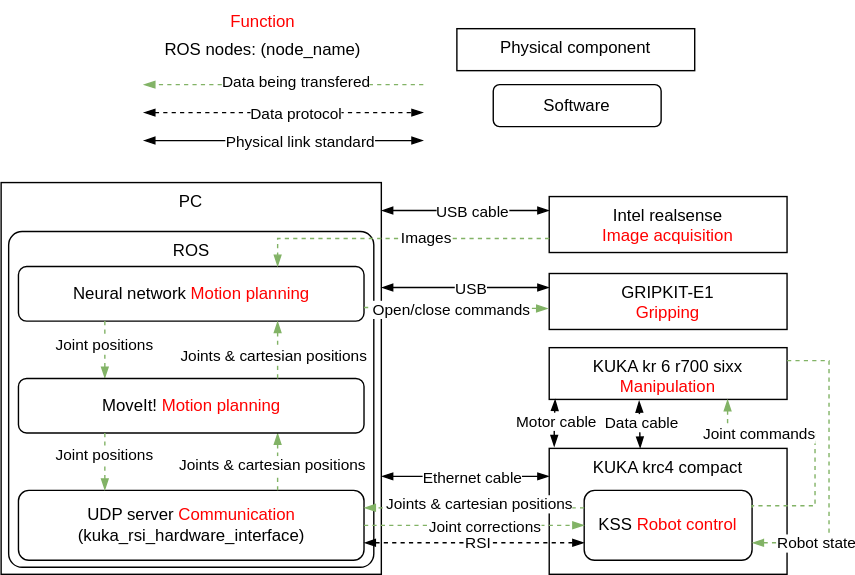
Before: system_architecture.drawio.svg, a diagram exported from draw.io (kasperfg16/p8_sewbot). Source tidied: cells renumbered, new cells last; positions are measured from the earlier drawing's top-left corner, leaving out a move shared by most shapes.
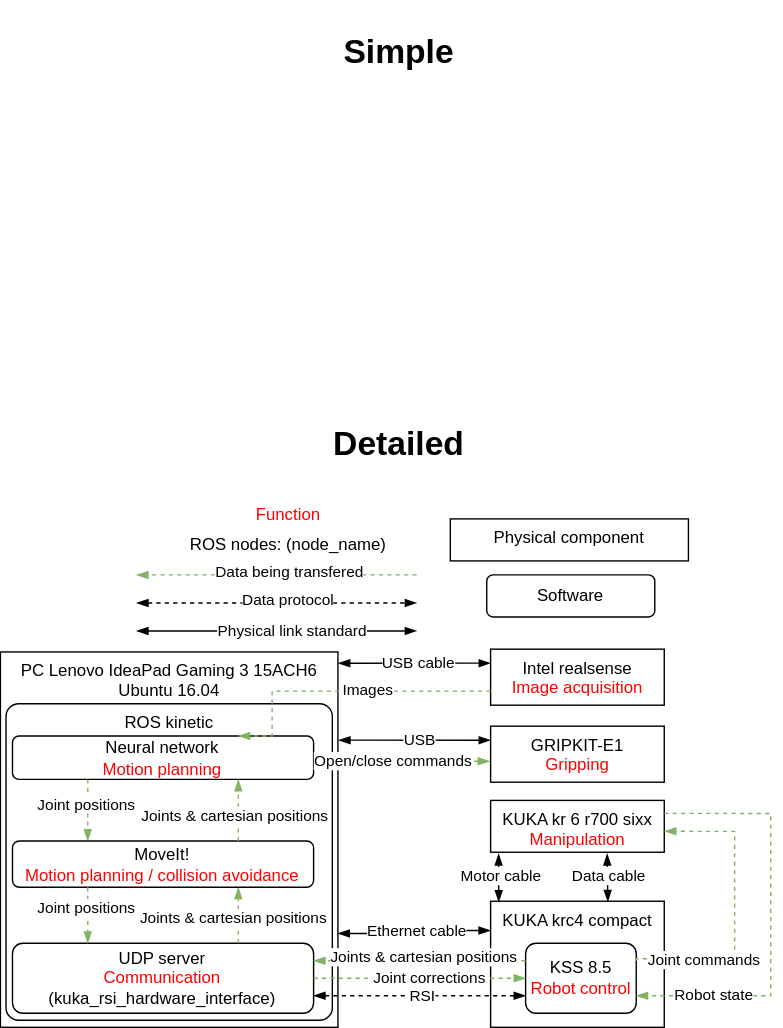
The same diagram one commit later.

The edit, as a diff of the source:
```diff
@@ -3,22 +3,22 @@
     <mxCell id="0" />
     <mxCell id="1" parent="0" />
     <mxCell id="2" value="KUKA kr 6 r700 sixx&lt;br&gt;&lt;font color=&quot;#ff0000&quot;&gt;Manipulation&lt;/font&gt;" style="rounded=0;whiteSpace=wrap;html=1;verticalAlign=top;" parent="1" vertex="1">
-      <mxGeometry x="392" y="248" width="170" height="37" as="geometry" />
+      <mxGeometry x="352.8" y="424" width="124" height="37" as="geometry" />
     </mxCell>
     <mxCell id="3" style="group;" parent="1" vertex="1">
-      <mxGeometry x="52" y="130" width="220" height="280" as="geometry" />
+      <mxGeometry x="50.8" y="306" width="220" height="280" as="geometry" />
     </mxCell>
-    <mxCell id="4" value="PC" style="rounded=0;whiteSpace=wrap;html=1;verticalAlign=top;" parent="3" vertex="1">
-      <mxGeometry x="-51.8" width="271.8" height="280" as="geometry" />
+    <mxCell id="4" value="PC&amp;nbsp;Lenovo IdeaPad Gaming 3 15ACH6 Ubuntu 16.04" style="rounded=0;whiteSpace=wrap;html=1;verticalAlign=top;" parent="3" vertex="1">
+      <mxGeometry x="-48" y="12" width="241" height="268" as="geometry" />
     </mxCell>
-    <mxCell id="5" value="ROS" style="rounded=1;whiteSpace=wrap;html=1;verticalAlign=top;arcSize=4;" parent="3" vertex="1">
-      <mxGeometry x="-46.4" y="35" width="261" height="240" as="geometry" />
+    <mxCell id="5" value="ROS kinetic" style="rounded=1;whiteSpace=wrap;html=1;verticalAlign=top;arcSize=4;" parent="3" vertex="1">
+      <mxGeometry x="-44" y="49" width="233" height="226" as="geometry" />
     </mxCell>
-    <mxCell id="6" value="Neural network&amp;nbsp;&lt;font color=&quot;#ff0000&quot;&gt;Motion planning&lt;/font&gt;" style="rounded=1;whiteSpace=wrap;html=1;" parent="3" vertex="1">
-      <mxGeometry x="-39.4" y="60" width="247" height="39" as="geometry" />
+    <mxCell id="6" value="Neural network&lt;br&gt;&lt;font color=&quot;#ff0000&quot;&gt;Motion planning&lt;/font&gt;" style="rounded=1;whiteSpace=wrap;html=1;" parent="3" vertex="1">
+      <mxGeometry x="-39.4" y="72" width="215" height="31" as="geometry" />
     </mxCell>
-    <mxCell id="7" value="UDP server &lt;font color=&quot;#ff0000&quot;&gt;Communication&lt;/font&gt;&lt;br&gt;(kuka_rsi_hardware_interface)" style="rounded=1;whiteSpace=wrap;html=1;" parent="3" vertex="1">
-      <mxGeometry x="-39.4" y="220" width="247" height="50" as="geometry" />
+    <mxCell id="7" value="UDP server&lt;br&gt;&lt;font color=&quot;#ff0000&quot;&gt;Communication&lt;/font&gt;&lt;br&gt;(kuka_rsi_hardware_interface)" style="rounded=1;whiteSpace=wrap;html=1;" parent="3" vertex="1">
+      <mxGeometry x="-39.4" y="220" width="215" height="50" as="geometry" />
     </mxCell>
     <mxCell id="8" style="edgeStyle=orthogonalEdgeStyle;rounded=0;jettySize=auto;html=1;exitX=0.25;exitY=1;exitDx=0;exitDy=0;dashed=1;endArrow=blockThin;endFill=1;startArrow=none;startFill=0;fillColor=#d5e8d4;strokeColor=#82b366;entryX=0.25;entryY=0;entryDx=0;entryDy=0;" parent="3" edge="1" source="6" target="12">
       <mxGeometry relative="1" as="geometry" />
@@ -36,8 +36,8 @@
         <mxPoint x="-3" y="4" as="offset" />
       </mxGeometry>
     </mxCell>
-    <mxCell id="12" value="MoveIt! &lt;font color=&quot;#ff0000&quot;&gt;Motion planning&lt;/font&gt;" style="rounded=1;whiteSpace=wrap;html=1;" parent="3" vertex="1">
-      <mxGeometry x="-39.4" y="140" width="247" height="39" as="geometry" />
+    <mxCell id="12" value="MoveIt!&lt;br&gt;&lt;font color=&quot;#ff0000&quot;&gt;Motion planning / collision avoidance&lt;/font&gt;" style="rounded=1;whiteSpace=wrap;html=1;" parent="3" vertex="1">
+      <mxGeometry x="-39.4" y="147" width="215" height="33" as="geometry" />
     </mxCell>
     <mxCell id="13" style="edgeStyle=orthogonalEdgeStyle;rounded=0;jettySize=auto;html=1;exitX=0.75;exitY=0;exitDx=0;exitDy=0;dashed=1;endArrow=blockThin;endFill=1;startArrow=none;startFill=0;fillColor=#d5e8d4;strokeColor=#82b366;entryX=0.75;entryY=1;entryDx=0;entryDy=0;" parent="3" edge="1" source="12" target="6">
       <mxGeometry relative="1" as="geometry" />
@@ -56,37 +56,22 @@
       </mxGeometry>
     </mxCell>
     <mxCell id="17" style="group;" parent="1" vertex="1">
-      <mxGeometry x="392" y="290" width="170" height="120" as="geometry" />
+      <mxGeometry x="352.8" y="466" width="170" height="120" as="geometry" />
     </mxCell>
     <mxCell id="18" value="KUKA krc4 compact" style="rounded=0;whiteSpace=wrap;html=1;verticalAlign=top;" parent="17" vertex="1">
-      <mxGeometry y="30" width="170" height="90" as="geometry" />
+      <mxGeometry y="30" width="124" height="90" as="geometry" />
     </mxCell>
-    <mxCell id="19" value="KSS &lt;font color=&quot;#ff0000&quot;&gt;Robot control&lt;/font&gt;" style="rounded=1;whiteSpace=wrap;html=1;" parent="17" vertex="1">
-      <mxGeometry x="25" y="60" width="120" height="50" as="geometry" />
+    <mxCell id="19" value="KSS 8.5&lt;br&gt;&lt;font color=&quot;#ff0000&quot;&gt;Robot control&lt;/font&gt;" style="rounded=1;whiteSpace=wrap;html=1;" parent="17" vertex="1">
+      <mxGeometry x="25" y="60" width="79" height="50" as="geometry" />
     </mxCell>
-    <mxCell id="20" style="edgeStyle=orthogonalEdgeStyle;rounded=0;jettySize=auto;html=1;exitX=1;exitY=0.75;exitDx=0;exitDy=0;endArrow=blockThin;endFill=1;startArrow=blockThin;startFill=1;" parent="1" edge="1" source="4">
-      <mxGeometry relative="1" as="geometry">
-        <mxPoint x="392" y="340" as="targetPoint" />
-      </mxGeometry>
+    <mxCell id="20" style="edgeStyle=orthogonalEdgeStyle;rounded=0;jettySize=auto;html=1;exitX=1;exitY=0.75;exitDx=0;exitDy=0;endArrow=blockThin;endFill=1;startArrow=blockThin;startFill=1;entryX=-0.001;entryY=0.232;entryDx=0;entryDy=0;entryPerimeter=0;" parent="1" edge="1" source="4" target="18">
+      <mxGeometry relative="1" as="geometry" />
     </mxCell>
     <mxCell id="21" value="Ethernet cable" style="edgeLabel;html=1;align=center;verticalAlign=middle;" parent="20" vertex="1">
       <mxGeometry x="0.18" relative="1" as="geometry">
         <mxPoint x="-7" as="offset" />
       </mxGeometry>
     </mxCell>
-    <mxCell id="22" style="edgeStyle=orthogonalEdgeStyle;rounded=0;jettySize=auto;html=1;endArrow=blockThin;endFill=1;startArrow=blockThin;startFill=1;exitX=0.021;exitY=-0.013;exitDx=0;exitDy=0;exitPerimeter=0;entryX=0.025;entryY=0.995;entryDx=0;entryDy=0;entryPerimeter=0;" parent="1" edge="1" source="18" target="2">
-      <mxGeometry relative="1" as="geometry">
-        <Array as="points">
-          <mxPoint x="396" y="303" />
-          <mxPoint x="396" y="303" />
-        </Array>
-      </mxGeometry>
-    </mxCell>
-    <mxCell id="23" value="Motor cable " style="edgeLabel;html=1;align=center;verticalAlign=middle;" parent="22" vertex="1">
-      <mxGeometry x="0.25" y="-1" relative="1" as="geometry">
-        <mxPoint y="3" as="offset" />
-      </mxGeometry>
-    </mxCell>
     <mxCell id="24" style="edgeStyle=orthogonalEdgeStyle;rounded=0;jettySize=auto;html=1;exitX=1;exitY=0.75;exitDx=0;exitDy=0;entryX=0;entryY=0.75;entryDx=0;entryDy=0;dashed=1;endArrow=blockThin;endFill=1;startArrow=blockThin;startFill=1;" parent="1" edge="1" source="7" target="19">
       <mxGeometry relative="1" as="geometry" />
     </mxCell>
@@ -104,34 +89,34 @@
       </mxGeometry>
     </mxCell>
     <mxCell id="28" value="ROS nodes: (node_name)&lt;br&gt;" style="text;html=1;align=center;verticalAlign=middle;strokeColor=none;fillColor=none;" parent="1" vertex="1">
-      <mxGeometry x="107" y="20" width="160" height="30" as="geometry" />
+      <mxGeometry x="128.2" y="227" width="160" height="30" as="geometry" />
     </mxCell>
     <mxCell id="29" style="edgeStyle=orthogonalEdgeStyle;rounded=0;orthogonalLoop=1;jettySize=auto;html=1;exitX=0;exitY=0.25;exitDx=0;exitDy=0;dashed=1;endArrow=blockThin;endFill=1;startArrow=none;startFill=0;fillColor=#d5e8d4;strokeColor=#82b366;entryX=1;entryY=0.25;entryDx=0;entryDy=0;" parent="1" edge="1">
       <mxGeometry relative="1" as="geometry">
-        <mxPoint x="302" y="60" as="sourcePoint" />
-        <mxPoint x="102" y="60" as="targetPoint" />
+        <mxPoint x="300" y="263" as="sourcePoint" />
+        <mxPoint x="100" y="263" as="targetPoint" />
       </mxGeometry>
     </mxCell>
     <mxCell id="30" value="Data being transfered" style="edgeLabel;html=1;align=center;verticalAlign=middle;" parent="29" vertex="1">
       <mxGeometry x="0.11" y="1" relative="1" as="geometry">
-        <mxPoint x="19" y="-4" as="offset" />
+        <mxPoint x="20" y="-3" as="offset" />
       </mxGeometry>
     </mxCell>
     <mxCell id="31" style="edgeStyle=orthogonalEdgeStyle;rounded=0;orthogonalLoop=1;jettySize=auto;html=1;exitX=1;exitY=0.75;exitDx=0;exitDy=0;entryX=0;entryY=0.75;entryDx=0;entryDy=0;dashed=1;endArrow=blockThin;endFill=1;startArrow=blockThin;startFill=1;" parent="1" edge="1">
       <mxGeometry relative="1" as="geometry">
-        <mxPoint x="102" y="80" as="sourcePoint" />
-        <mxPoint x="302" y="80" as="targetPoint" />
+        <mxPoint x="100" y="283" as="sourcePoint" />
+        <mxPoint x="300" y="283" as="targetPoint" />
       </mxGeometry>
     </mxCell>
     <mxCell id="32" value="Data protocol" style="edgeLabel;html=1;align=center;verticalAlign=middle;" parent="31" vertex="1">
       <mxGeometry x="0.24" relative="1" as="geometry">
-        <mxPoint x="-16" as="offset" />
+        <mxPoint x="-16" y="-2" as="offset" />
       </mxGeometry>
     </mxCell>
     <mxCell id="33" style="edgeStyle=orthogonalEdgeStyle;rounded=0;orthogonalLoop=1;jettySize=auto;html=1;exitX=1;exitY=0.25;exitDx=0;exitDy=0;endArrow=blockThin;endFill=1;startArrow=blockThin;startFill=1;" parent="1" edge="1">
       <mxGeometry relative="1" as="geometry">
-        <mxPoint x="102" y="100" as="sourcePoint" />
-        <mxPoint x="302" y="100" as="targetPoint" />
+        <mxPoint x="100" y="303" as="sourcePoint" />
+        <mxPoint x="300" y="303" as="targetPoint" />
       </mxGeometry>
     </mxCell>
     <mxCell id="34" value="Physical link standard" style="edgeLabel;html=1;align=center;verticalAlign=middle;" parent="33" vertex="1">
@@ -140,19 +125,16 @@
       </mxGeometry>
     </mxCell>
     <mxCell id="35" style="group;" parent="1" vertex="1">
-      <mxGeometry x="326" y="20" width="170" height="30" as="geometry" />
+      <mxGeometry x="324" y="223" width="170" height="30" as="geometry" />
     </mxCell>
     <mxCell id="36" value="Physical component" style="rounded=0;whiteSpace=wrap;html=1;verticalAlign=top;" parent="35" vertex="1">
       <mxGeometry width="170" height="30" as="geometry" />
     </mxCell>
     <mxCell id="37" value="Software" style="rounded=1;whiteSpace=wrap;html=1;" parent="1" vertex="1">
-      <mxGeometry x="352" y="60" width="120" height="30" as="geometry" />
+      <mxGeometry x="350" y="263" width="120" height="30" as="geometry" />
     </mxCell>
-    <mxCell id="38" style="edgeStyle=orthogonalEdgeStyle;rounded=0;orthogonalLoop=1;jettySize=auto;html=1;endArrow=blockThin;endFill=1;startArrow=blockThin;startFill=1;entryX=0.378;entryY=1.026;entryDx=0;entryDy=0;entryPerimeter=0;" parent="1" edge="1">
-      <mxGeometry relative="1" as="geometry">
-        <mxPoint x="457" y="320" as="sourcePoint" />
-        <mxPoint x="456.3" y="286" as="targetPoint" />
-      </mxGeometry>
+    <mxCell id="38" style="edgeStyle=orthogonalEdgeStyle;rounded=0;jettySize=auto;html=1;endArrow=blockThin;endFill=1;startArrow=blockThin;startFill=1;entryX=0.671;entryY=1.027;entryDx=0;entryDy=0;entryPerimeter=0;exitX=0.675;exitY=0.004;exitDx=0;exitDy=0;exitPerimeter=0;" parent="1" edge="1" source="18" target="2">
+      <mxGeometry relative="1" as="geometry" />
     </mxCell>
     <mxCell id="39" value="Data cable " style="edgeLabel;html=1;align=center;verticalAlign=middle;" parent="38" vertex="1">
       <mxGeometry x="0.25" y="-1" relative="1" as="geometry">
@@ -168,12 +150,10 @@
       </mxGeometry>
     </mxCell>
     <mxCell id="42" value="Intel realsense&lt;br&gt;&lt;font color=&quot;#ff0000&quot;&gt;Image acquisition&lt;/font&gt;" style="rounded=0;whiteSpace=wrap;html=1;verticalAlign=top;" parent="1" vertex="1">
-      <mxGeometry x="392" y="140" width="170" height="40" as="geometry" />
+      <mxGeometry x="352.8" y="316" width="124" height="40" as="geometry" />
     </mxCell>
-    <mxCell id="43" style="edgeStyle=orthogonalEdgeStyle;rounded=0;jettySize=auto;html=1;endArrow=blockThin;endFill=1;startArrow=blockThin;startFill=1;entryX=0;entryY=0.25;entryDx=0;entryDy=0;" parent="1" edge="1" target="42">
-      <mxGeometry relative="1" as="geometry">
-        <mxPoint x="272" y="150" as="sourcePoint" />
-      </mxGeometry>
+    <mxCell id="43" style="edgeStyle=orthogonalEdgeStyle;rounded=0;jettySize=auto;html=1;endArrow=blockThin;endFill=1;startArrow=blockThin;startFill=1;entryX=0;entryY=0.25;entryDx=0;entryDy=0;exitX=1.001;exitY=0.03;exitDx=0;exitDy=0;exitPerimeter=0;" parent="1" edge="1" source="4" target="42">
+      <mxGeometry relative="1" as="geometry" />
     </mxCell>
     <mxCell id="44" value="USB cable" style="edgeLabel;html=1;align=center;verticalAlign=middle;" parent="43" vertex="1">
       <mxGeometry x="0.18" relative="1" as="geometry">
@@ -181,15 +161,15 @@
       </mxGeometry>
     </mxCell>
     <mxCell id="45" value="&lt;font color=&quot;#ff0000&quot;&gt;Function&lt;/font&gt;" style="text;html=1;align=center;verticalAlign=middle;strokeColor=none;fillColor=none;" parent="1" vertex="1">
-      <mxGeometry x="152" width="70" height="30" as="geometry" />
+      <mxGeometry x="173.2" y="205" width="70" height="30" as="geometry" />
     </mxCell>
     <mxCell id="46" value="GRIPKIT-E1&lt;br&gt;&lt;font color=&quot;#ff0000&quot;&gt;Gripping&lt;/font&gt;" style="rounded=0;whiteSpace=wrap;html=1;verticalAlign=top;" parent="1" vertex="1">
-      <mxGeometry x="392" y="195" width="170" height="40" as="geometry" />
+      <mxGeometry x="352.8" y="371" width="124" height="40" as="geometry" />
     </mxCell>
     <mxCell id="47" style="edgeStyle=orthogonalEdgeStyle;rounded=0;jettySize=auto;html=1;exitX=0;exitY=0.75;exitDx=0;exitDy=0;dashed=1;endArrow=blockThin;endFill=1;startArrow=none;startFill=0;fillColor=#d5e8d4;strokeColor=#82b366;entryX=0.75;entryY=0;entryDx=0;entryDy=0;" parent="1" edge="1" source="42" target="6">
       <mxGeometry relative="1" as="geometry">
         <Array as="points">
-          <mxPoint x="198" y="170" />
+          <mxPoint x="196.8" y="346" />
         </Array>
       </mxGeometry>
     </mxCell>
@@ -206,7 +186,7 @@
         <mxPoint x="-11" y="1" as="offset" />
       </mxGeometry>
     </mxCell>
-    <mxCell id="51" style="edgeStyle=orthogonalEdgeStyle;rounded=0;jettySize=auto;html=1;exitX=1;exitY=0.268;exitDx=0;exitDy=0;endArrow=blockThin;endFill=1;startArrow=blockThin;startFill=1;entryX=0;entryY=0.25;entryDx=0;entryDy=0;exitPerimeter=0;" parent="1" edge="1" source="4" target="46">
+    <mxCell id="51" style="edgeStyle=orthogonalEdgeStyle;rounded=0;jettySize=auto;html=1;exitX=1.002;exitY=0.235;exitDx=0;exitDy=0;endArrow=blockThin;endFill=1;startArrow=blockThin;startFill=1;entryX=0;entryY=0.25;entryDx=0;entryDy=0;exitPerimeter=0;" parent="1" edge="1" source="4" target="46">
       <mxGeometry relative="1" as="geometry" />
     </mxCell>
     <mxCell id="52" value="USB" style="edgeLabel;html=1;align=center;verticalAlign=middle;" parent="51" vertex="1">
@@ -214,33 +194,46 @@
         <mxPoint x="-7" as="offset" />
       </mxGeometry>
     </mxCell>
-    <mxCell id="53" style="edgeStyle=orthogonalEdgeStyle;rounded=0;jettySize=auto;html=1;dashed=1;endArrow=blockThin;endFill=1;startArrow=none;startFill=0;fillColor=#d5e8d4;strokeColor=#82b366;entryX=0.75;entryY=1;entryDx=0;entryDy=0;exitX=1;exitY=0.25;exitDx=0;exitDy=0;" parent="1" edge="1" source="19" target="2">
+    <mxCell id="53" style="edgeStyle=orthogonalEdgeStyle;rounded=0;jettySize=auto;html=1;dashed=1;endArrow=blockThin;endFill=1;startArrow=none;startFill=0;fillColor=#d5e8d4;strokeColor=#82b366;entryX=1.001;entryY=0.596;entryDx=0;entryDy=0;exitX=1;exitY=0.25;exitDx=0;exitDy=0;entryPerimeter=0;" parent="1" edge="1" source="19" target="2">
       <mxGeometry relative="1" as="geometry">
         <Array as="points">
-          <mxPoint x="537" y="361" />
-          <mxPoint x="582" y="361" />
-          <mxPoint x="582" y="310" />
-          <mxPoint x="519" y="310" />
+          <mxPoint x="457" y="537" />
+          <mxPoint x="527" y="537" />
+          <mxPoint x="527" y="446" />
         </Array>
       </mxGeometry>
     </mxCell>
     <mxCell id="54" value="Joint commands" style="edgeLabel;html=1;align=center;verticalAlign=middle;" parent="53" vertex="1">
       <mxGeometry x="0.11" y="1" relative="1" as="geometry">
-        <mxPoint x="-35" y="-2" as="offset" />
+        <mxPoint x="-21" y="47" as="offset" />
       </mxGeometry>
     </mxCell>
     <mxCell id="55" style="edgeStyle=orthogonalEdgeStyle;rounded=0;jettySize=auto;html=1;exitX=1;exitY=0.25;exitDx=0;exitDy=0;dashed=1;endArrow=blockThin;endFill=1;startArrow=none;startFill=0;fillColor=#d5e8d4;strokeColor=#82b366;entryX=1;entryY=0.75;entryDx=0;entryDy=0;" parent="1" edge="1" source="2" target="19">
       <mxGeometry relative="1" as="geometry">
         <Array as="points">
-          <mxPoint x="592" y="257" />
-          <mxPoint x="592" y="388" />
+          <mxPoint x="552.8" y="433" />
+          <mxPoint x="552.8" y="564" />
         </Array>
       </mxGeometry>
     </mxCell>
     <mxCell id="56" value="Robot state" style="edgeLabel;html=1;align=center;verticalAlign=middle;" parent="55" vertex="1">
       <mxGeometry x="0.11" y="1" relative="1" as="geometry">
-        <mxPoint x="-11" y="40" as="offset" />
+        <mxPoint x="-42" y="37" as="offset" />
       </mxGeometry>
     </mxCell>
+    <mxCell id="57" value="&lt;h1&gt;Simple&lt;/h1&gt;" style="text;html=1;align=center;verticalAlign=middle;strokeColor=none;fillColor=none;" parent="1" vertex="1">
+      <mxGeometry x="238" y="-147" width="97" height="73" as="geometry" />
+    </mxCell>
+    <mxCell id="58" value="&lt;h1&gt;Detailed&lt;/h1&gt;" style="text;html=1;align=center;verticalAlign=middle;strokeColor=none;fillColor=none;" parent="1" vertex="1">
+      <mxGeometry x="231" y="133" width="111" height="73" as="geometry" />
+    </mxCell>
+    <mxCell id="22" style="edgeStyle=orthogonalEdgeStyle;rounded=0;jettySize=auto;html=1;endArrow=blockThin;endFill=1;startArrow=blockThin;startFill=1;entryX=0.046;entryY=1.027;entryDx=0;entryDy=0;entryPerimeter=0;exitX=0.047;exitY=0.007;exitDx=0;exitDy=0;exitPerimeter=0;" parent="1" edge="1" source="18" target="2">
+      <mxGeometry relative="1" as="geometry" />
+    </mxCell>
+    <mxCell id="23" value="Motor cable" style="edgeLabel;html=1;align=center;verticalAlign=middle;" parent="22" vertex="1">
+      <mxGeometry x="0.25" y="-1" relative="1" as="geometry">
+        <mxPoint y="3" as="offset" />
+      </mxGeometry>
+    </mxCell>
   </root>
 </mxGraphModel>
```
